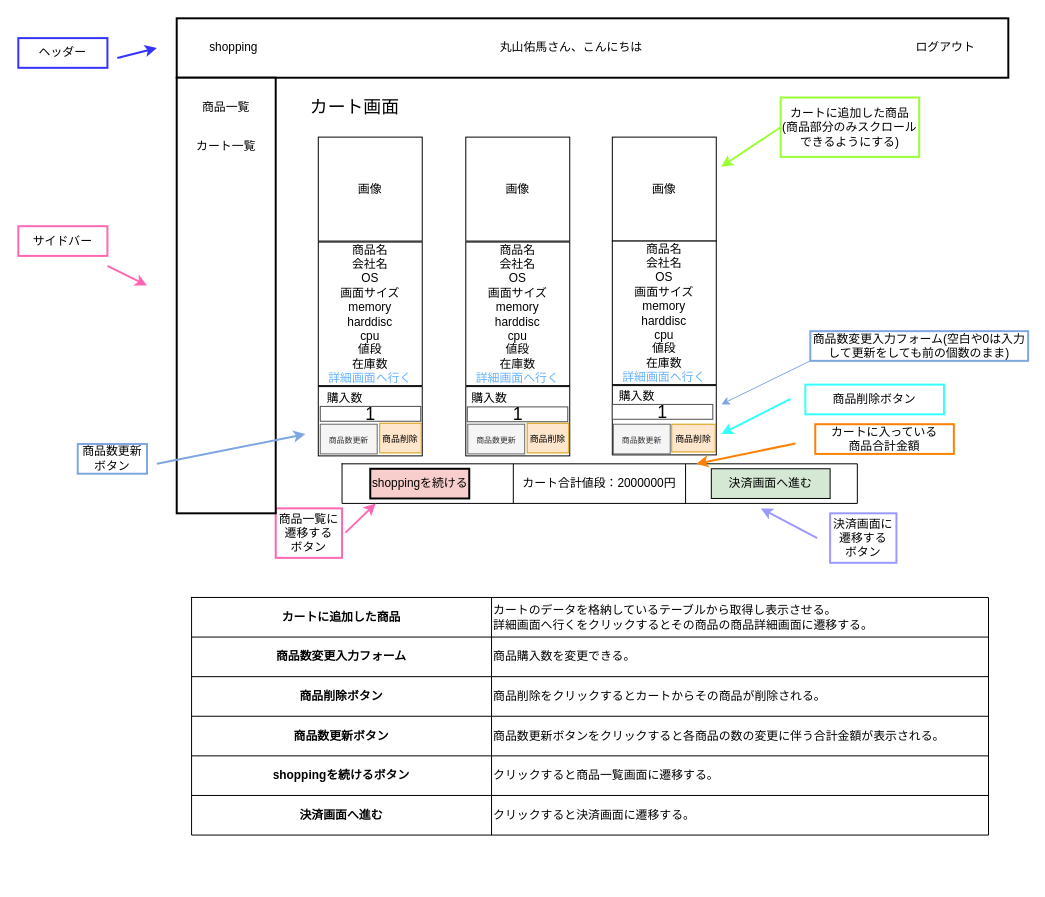
Above: page "カート画面" (5 of 33) of src/main/resources/templates/shopping/Untitled Diagram.drawio in YumaMaruyama/ITworksTRYshopping (draw.io), before the change. Source tidied: cells renumbered, new cells numbered last; positions are measured from the earlier drawing's top-left corner, leaving out a move shared by most shapes. Both pictures are drawn from the tidied source at 99%, with x=0, y=0 at pixel (18, 18).
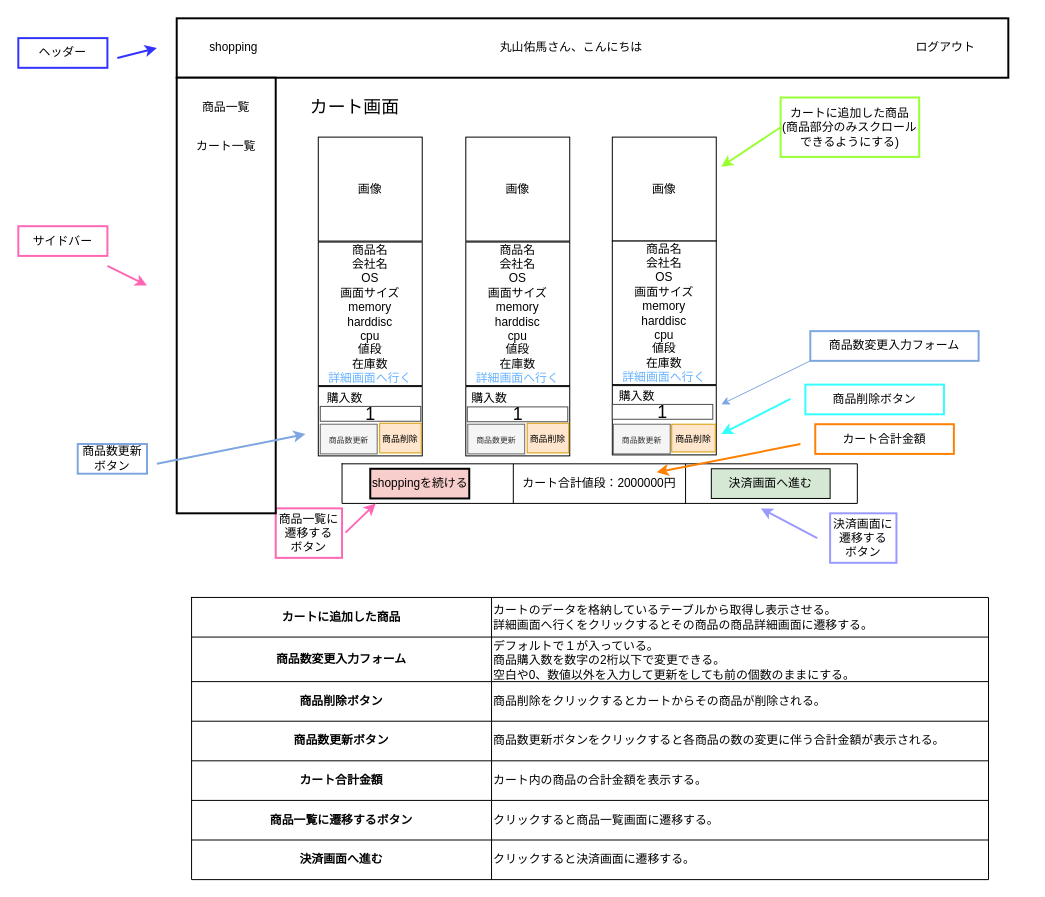
After the change.

The change refers to these unchanged cells:
```xml
<mxCell id="10" style="shape=partialRectangle;fillColor=none;top=0;left=0;bottom=0;right=0;points=[[0,0.5],[1,0.5]];portConstraint=eastwest;" parent="9" vertex="1">
  <mxGeometry width="520.5" height="40" as="geometry" />
</mxCell>
```

Change to the diagram source:
```diff
@@
-    <mxCell id="22" value="カートに入っている&lt;br&gt;商品合計金額" style="rounded=0;whiteSpace=wrap;html=1;strokeWidth=2;strokeColor=#FF8000;" parent="1" vertex="1">
+    <mxCell id="22" value="カート合計金額" style="rounded=0;whiteSpace=wrap;html=1;strokeWidth=2;strokeColor=#FF8000;" parent="1" vertex="1">
       <mxGeometry x="805" y="410" width="140" height="30" as="geometry" />
     </mxCell>
-    <mxCell id="23" style="endArrow=classic;html=1;strokeWidth=2;strokeColor=#FF8000;" parent="1" edge="1" target="10">
-      <mxGeometry relative="1" as="geometry">
-        <mxPoint x="785" y="429.5" as="sourcePoint" />
-      </mxGeometry>
-    </mxCell>
@@
-    <mxCell id="31" value="商品数変更入力フォーム(空白や0は入力して更新をしても前の個数のまま)" style="rounded=0;whiteSpace=wrap;html=1;strokeWidth=2;strokeColor=#7EA6E0;" parent="1" vertex="1">
-      <mxGeometry x="800" y="316" width="220" height="30" as="geometry" />
+    <mxCell id="31" value="商品数変更入力フォーム" style="rounded=0;whiteSpace=wrap;html=1;strokeWidth=2;strokeColor=#7EA6E0;" parent="1" vertex="1">
+      <mxGeometry x="800" y="316" width="170" height="30" as="geometry" />
     </mxCell>
@@
     <mxCell id="54" style="shape=table;startSize=0;childLayout=tableLayout;hachureGap=4;" parent="1" vertex="1">
-      <mxGeometry x="175" y="585" width="805" height="240" as="geometry" />
+      <mxGeometry x="175" y="585" width="805" height="285" as="geometry" />
     </mxCell>
@@
     <mxCell id="58" style="shape=partialRectangle;fillColor=none;top=0;left=0;bottom=0;right=0;hachureGap=4;" parent="54" vertex="1">
-      <mxGeometry y="40" width="805" height="40" as="geometry" />
+      <mxGeometry y="40" width="805" height="45" as="geometry" />
     </mxCell>
     <mxCell id="59" value="&lt;b&gt;商品数変更入力フォーム&lt;/b&gt;" style="shape=partialRectangle;html=1;whiteSpace=wrap;overflow=hidden;fillColor=none;top=0;left=0;bottom=0;right=0;hachureGap=4;" parent="58" vertex="1">
-      <mxGeometry width="303" height="40" as="geometry" />
+      <mxGeometry width="303" height="45" as="geometry" />
     </mxCell>
-    <mxCell id="60" value="&lt;span&gt;商品購入数を変更できる。&lt;/span&gt;" style="shape=partialRectangle;html=1;whiteSpace=wrap;overflow=hidden;fillColor=none;top=0;left=0;bottom=0;right=0;hachureGap=4;align=left;" parent="58" vertex="1">
-      <mxGeometry x="303" width="502" height="40" as="geometry" />
+    <mxCell id="60" value="&lt;span&gt;デフォルトで１が入っている。&lt;br&gt;商品購入数を数字の2桁以下で変更できる。&lt;br&gt;&lt;/span&gt;&lt;span style=&quot;text-align: center&quot;&gt;空白や0、数値以外を入力して更新をしても前の個数のままにする。&lt;/span&gt;" style="shape=partialRectangle;html=1;whiteSpace=wrap;overflow=hidden;fillColor=none;top=0;left=0;bottom=0;right=0;hachureGap=4;align=left;" parent="58" vertex="1">
+      <mxGeometry x="303" width="502" height="45" as="geometry" />
     </mxCell>
     <mxCell id="61" style="shape=partialRectangle;fillColor=none;top=0;left=0;bottom=0;right=0;hachureGap=4;" parent="54" vertex="1">
-      <mxGeometry y="80" width="805" height="40" as="geometry" />
+      <mxGeometry y="85" width="805" height="40" as="geometry" />
     </mxCell>
@@
     <mxCell id="64" style="shape=partialRectangle;fillColor=none;top=0;left=0;bottom=0;right=0;hachureGap=4;" parent="54" vertex="1">
-      <mxGeometry y="120" width="805" height="40" as="geometry" />
+      <mxGeometry y="125" width="805" height="40" as="geometry" />
     </mxCell>
@@
+    <mxCell id="73" style="shape=partialRectangle;fillColor=none;top=0;left=0;bottom=0;right=0;hachureGap=4;" parent="54" vertex="1">
+      <mxGeometry y="165" width="805" height="40" as="geometry" />
+    </mxCell>
+    <mxCell id="74" value="&lt;span&gt;カート&lt;/span&gt;&lt;span&gt;合計金額&lt;/span&gt;" style="shape=partialRectangle;html=1;whiteSpace=wrap;overflow=hidden;fillColor=none;top=0;left=0;bottom=0;right=0;hachureGap=4;fontStyle=1;" parent="73" vertex="1">
+      <mxGeometry width="303" height="40" as="geometry" />
+    </mxCell>
+    <mxCell id="75" value="カート内の商品の合計金額を表示する。" style="shape=partialRectangle;html=1;whiteSpace=wrap;overflow=hidden;fillColor=none;top=0;left=0;bottom=0;right=0;hachureGap=4;align=left;" parent="73" vertex="1">
+      <mxGeometry x="303" width="502" height="40" as="geometry" />
+    </mxCell>
     <mxCell id="67" style="shape=partialRectangle;fillColor=none;top=0;left=0;bottom=0;right=0;hachureGap=4;" parent="54" vertex="1">
-      <mxGeometry y="160" width="805" height="40" as="geometry" />
+      <mxGeometry y="205" width="805" height="40" as="geometry" />
     </mxCell>
-    <mxCell id="68" value="&lt;b&gt;shoppingを続けるボタン&lt;/b&gt;" style="shape=partialRectangle;html=1;whiteSpace=wrap;overflow=hidden;fillColor=none;top=0;left=0;bottom=0;right=0;hachureGap=4;" parent="67" vertex="1">
+    <mxCell id="68" value="商品一覧に遷移するボタン" style="shape=partialRectangle;html=1;whiteSpace=wrap;overflow=hidden;fillColor=none;top=0;left=0;bottom=0;right=0;hachureGap=4;fontStyle=1;" parent="67" vertex="1">
       <mxGeometry width="303" height="40" as="geometry" />
     </mxCell>
@@
     <mxCell id="70" style="shape=partialRectangle;fillColor=none;top=0;left=0;bottom=0;right=0;hachureGap=4;" parent="54" vertex="1">
-      <mxGeometry y="200" width="805" height="40" as="geometry" />
+      <mxGeometry y="245" width="805" height="40" as="geometry" />
     </mxCell>
@@
+    <mxCell id="76" style="endArrow=classic;html=1;strokeWidth=2;strokeColor=#FF8000;" parent="1" edge="1">
+      <mxGeometry relative="1" as="geometry">
+        <mxPoint x="790" y="430" as="sourcePoint" />
+        <mxPoint x="644.8" y="458.5" as="targetPoint" />
+      </mxGeometry>
+    </mxCell>
```
